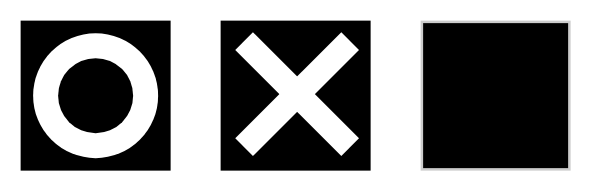
Earlier version of the draw.io diagram src/thimble-bits/docs/digits.drawio (boytchev/scorm). Source tidied: cells renumbered, new cells numbered last; positions are measured from the earlier drawing's top-left corner, leaving out a move shared by most shapes. Both pictures are drawn from the tidied source at 125%, with x=0, y=0 at pixel (20, 19).
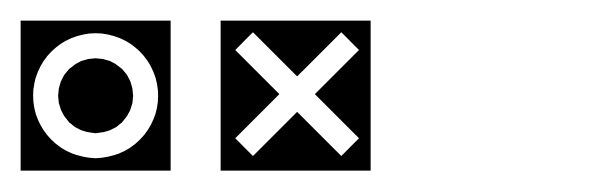
The same page after the edit.

Change to the diagram source:
```diff
@@
 <mxGraphModel>
   <root>
     <mxCell id="0" />
     <mxCell id="1" parent="0" />
     <mxCell id="2" style="whiteSpace=wrap;html=1;strokeColor=none;fillColor=#000000;" parent="1" vertex="1">
       <mxGeometry y="1" width="120" height="120" as="geometry" />
     </mxCell>
     <mxCell id="3" style="ellipse;whiteSpace=wrap;html=1;strokeColor=none;" parent="1" vertex="1">
       <mxGeometry x="10" y="11" width="100" height="100" as="geometry" />
     </mxCell>
     <mxCell id="4" style="ellipse;whiteSpace=wrap;html=1;strokeColor=none;fillColor=#000000;" parent="1" vertex="1">
       <mxGeometry x="30" y="31" width="60" height="60" as="geometry" />
     </mxCell>
     <mxCell id="5" style="whiteSpace=wrap;html=1;strokeColor=none;fillColor=#000000;" parent="1" vertex="1">
       <mxGeometry x="160" y="1" width="120" height="120" as="geometry" />
     </mxCell>
     <mxCell id="6" style="rounded=0;whiteSpace=wrap;html=1;fillColor=#FFFFFF;strokeColor=none;rotation=45;" parent="1" vertex="1">
       <mxGeometry x="211.2" y="-0.2" width="20" height="120" as="geometry" />
     </mxCell>
     <mxCell id="7" style="rounded=0;whiteSpace=wrap;html=1;fillColor=#FFFFFF;strokeColor=none;rotation=-45;" parent="1" vertex="1">
       <mxGeometry x="211.2" y="-0.2" width="20" height="120" as="geometry" />
     </mxCell>
-    <mxCell id="8" style="whiteSpace=wrap;html=1;strokeColor=none;fillColor=#CCCCCC;" parent="1" vertex="1">
-      <mxGeometry x="320" y="1" width="120" height="120" as="geometry" />
-    </mxCell>
-    <mxCell id="9" style="rounded=0;whiteSpace=wrap;html=1;strokeColor=none;fillColor=#000000;" parent="1" vertex="1">
-      <mxGeometry x="322" y="3" width="116" height="116" as="geometry" />
-    </mxCell>
   </root>
 </mxGraphModel>
```
